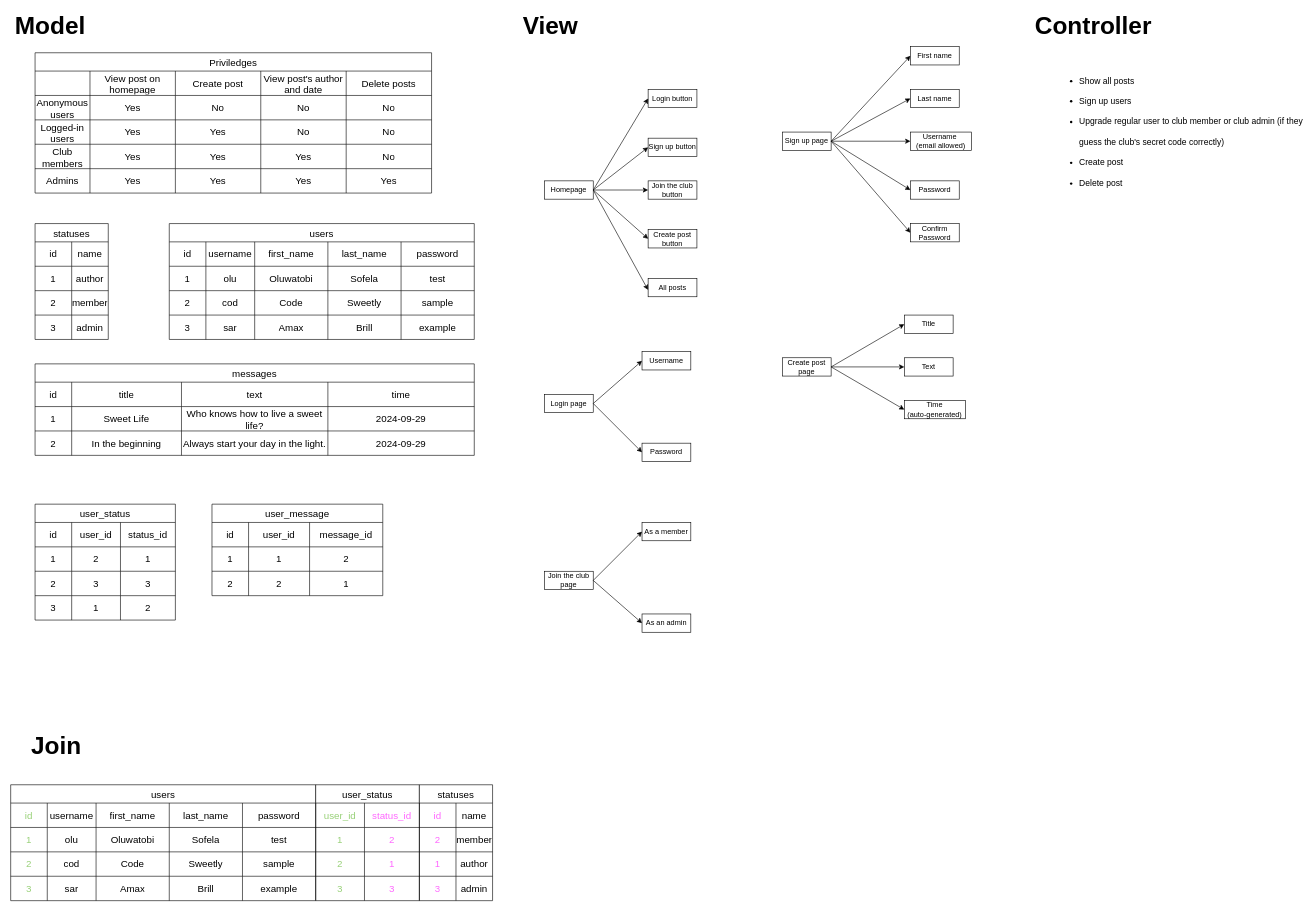
The draw.io diagram models/wireframe.drawio in oluwatobiss/clubhouse-chats, before the edit. Source tidied: cells renumbered, new cells numbered last; positions are measured from the earlier drawing's top-left corner, leaving out a move shared by most shapes. Both pictures are drawn from the tidied source at 61%, with x=0, y=0 at pixel (10, 16).
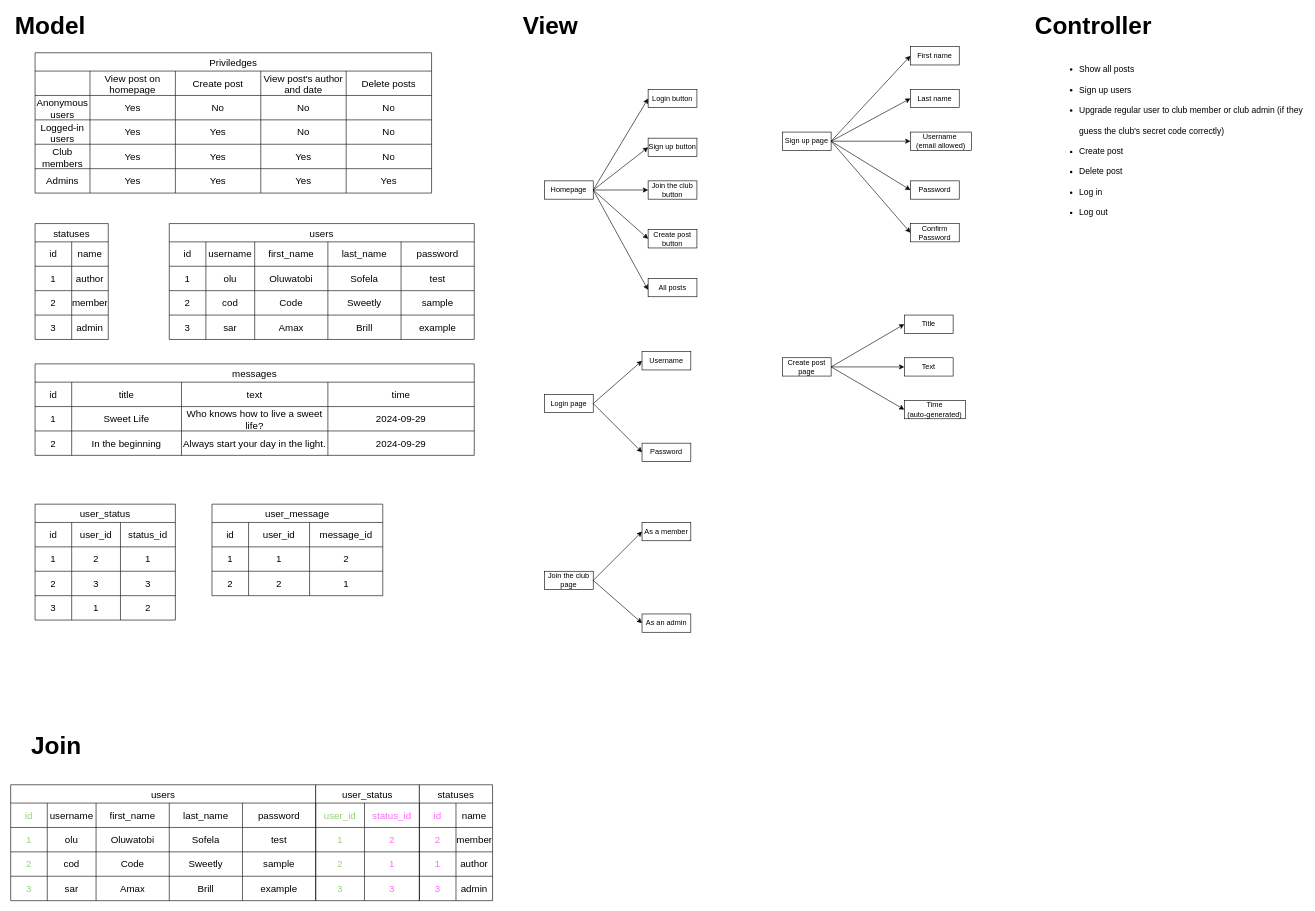
The same diagram, later.

Commit message (it also covers changes not shown here):
feat: Validate sign up form's data

What changed in the source:
```diff
@@
-    <mxCell id="149" value="&lt;ul style=&quot;line-height: 240%; font-size: 14px;&quot;&gt;&lt;li style=&quot;font-size: 14px;&quot;&gt;Show all posts&lt;/li&gt;&lt;li style=&quot;font-size: 14px;&quot;&gt;Sign up users&lt;/li&gt;&lt;li style=&quot;font-size: 14px;&quot;&gt;Upgrade regular user to club member or club admin (if they guess the club's secret code correctly)&lt;/li&gt;&lt;li style=&quot;font-size: 14px;&quot;&gt;Create post&lt;/li&gt;&lt;li style=&quot;font-size: 14px;&quot;&gt;Delete post&lt;/li&gt;&lt;/ul&gt;" style="text;html=1;align=left;verticalAlign=middle;whiteSpace=wrap;rounded=0;fontSize=14;" parent="1" vertex="1">
-      <mxGeometry x="1710" y="70" width="410" height="240" as="geometry" />
+    <mxCell id="149" value="&lt;ul style=&quot;line-height: 240%; font-size: 14px;&quot;&gt;&lt;li style=&quot;font-size: 14px;&quot;&gt;Show all posts&lt;/li&gt;&lt;li style=&quot;font-size: 14px;&quot;&gt;Sign up users&lt;/li&gt;&lt;li style=&quot;font-size: 14px;&quot;&gt;Upgrade regular user to club member or club admin (if they guess the club's secret code correctly)&lt;/li&gt;&lt;li style=&quot;font-size: 14px;&quot;&gt;Create post&lt;/li&gt;&lt;li style=&quot;font-size: 14px;&quot;&gt;Delete post&lt;/li&gt;&lt;li style=&quot;font-size: 14px;&quot;&gt;Log in&lt;/li&gt;&lt;li style=&quot;font-size: 14px;&quot;&gt;Log out&lt;/li&gt;&lt;/ul&gt;" style="text;html=1;align=left;verticalAlign=middle;whiteSpace=wrap;rounded=0;fontSize=14;" parent="1" vertex="1">
+      <mxGeometry x="1710" y="85" width="410" height="240" as="geometry" />
     </mxCell>
```
